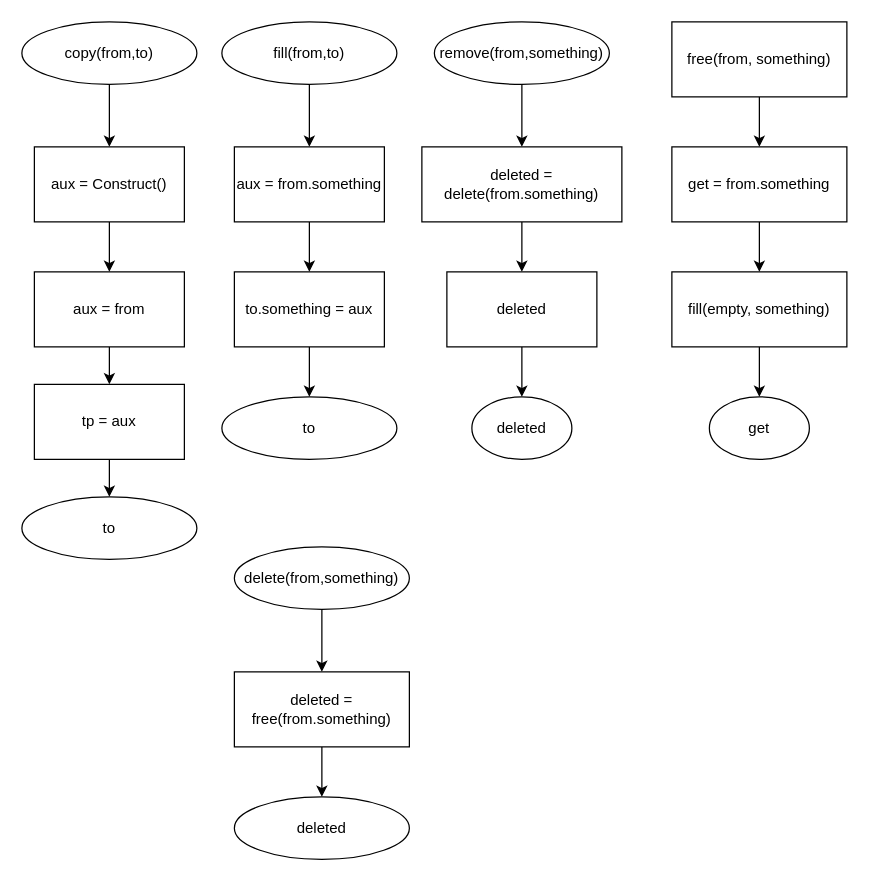
This is page "Page-1" (2 of 2) of Untitled.drawio from Cristof17/PALibrary-, a draw.io file, before an edit. Source tidied: cells renumbered, new cells numbered last; positions are measured from the earlier drawing's top-left corner, leaving out a move shared by most shapes. Both pictures are drawn from the tidied source at 125%, with x=0, y=0 at pixel (21, 21).
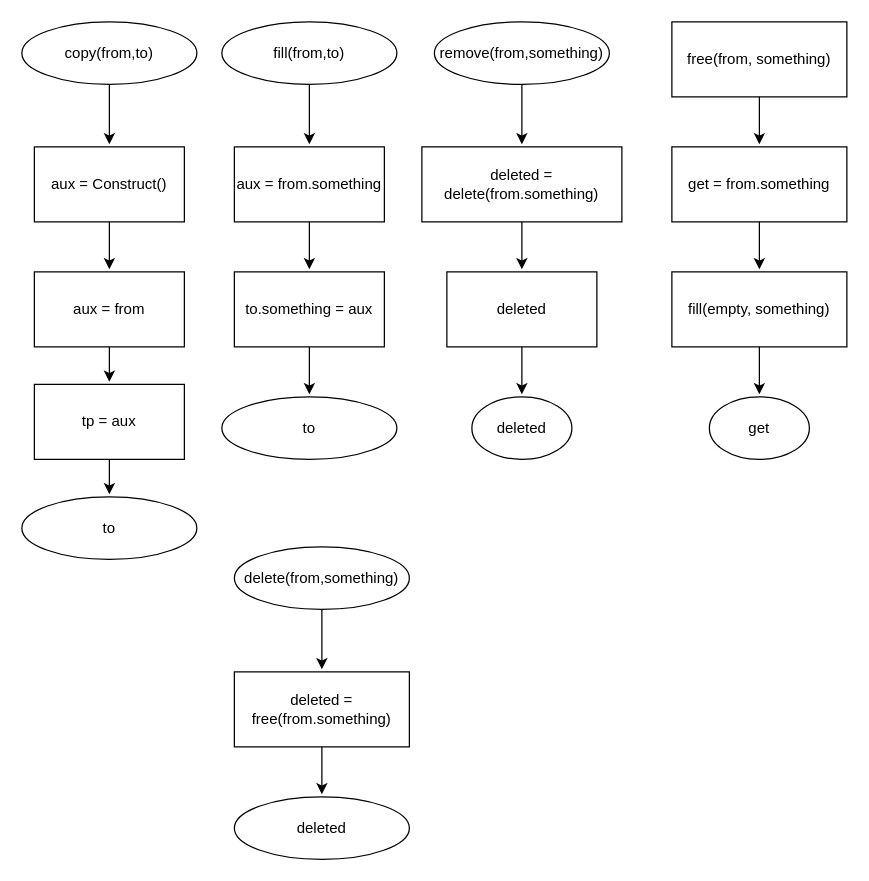
Above is the later version.

The change refers to these unchanged cells:
```xml
<mxCell id="4" value="aux = Construct()" style="whiteSpace=wrap;html=1;" parent="1" vertex="1">
  <mxGeometry x="10" y="100" width="120" height="60" as="geometry" />
</mxCell>
<mxCell id="6" value="aux = from" style="whiteSpace=wrap;html=1;" parent="1" vertex="1">
  <mxGeometry x="10" y="200" width="120" height="60" as="geometry" />
</mxCell>
<mxCell id="8" value="tp = aux" style="whiteSpace=wrap;html=1;" parent="1" vertex="1">
  <mxGeometry x="10" y="290" width="120" height="60" as="geometry" />
</mxCell>
<mxCell id="11" value="aux = from.something" style="whiteSpace=wrap;html=1;" parent="1" vertex="1">
  <mxGeometry x="170" y="100" width="120" height="60" as="geometry" />
</mxCell>
<mxCell id="13" value="to.something = aux" style="whiteSpace=wrap;html=1;" parent="1" vertex="1">
  <mxGeometry x="170" y="200" width="120" height="60" as="geometry" />
</mxCell>
<mxCell id="16" value="deleted = delete(from.something)" style="whiteSpace=wrap;html=1;" parent="1" vertex="1">
  <mxGeometry x="320" y="100" width="160" height="60" as="geometry" />
</mxCell>
<mxCell id="18" value="deleted" style="whiteSpace=wrap;html=1;" parent="1" vertex="1">
  <mxGeometry x="340" y="200" width="120" height="60" as="geometry" />
</mxCell>
<mxCell id="20" value="free(from, something)" style="whiteSpace=wrap;html=1;" parent="1" vertex="1">
  <mxGeometry x="520" width="140" height="60" as="geometry" />
</mxCell>
<mxCell id="22" value="get = from.something" style="whiteSpace=wrap;html=1;" parent="1" vertex="1">
  <mxGeometry x="520" y="100" width="140" height="60" as="geometry" />
</mxCell>
<mxCell id="24" value="fill(empty, something)" style="whiteSpace=wrap;html=1;" parent="1" vertex="1">
  <mxGeometry x="520" y="200" width="140" height="60" as="geometry" />
</mxCell>
<mxCell id="27" value="deleted = free(from.something)" style="whiteSpace=wrap;html=1;" parent="1" vertex="1">
  <mxGeometry x="170" y="520" width="140" height="60" as="geometry" />
</mxCell>
<mxCell id="28" value="deleted" style="ellipse;whiteSpace=wrap;html=1;" parent="1" vertex="1">
  <mxGeometry x="360" y="300" width="80" height="50" as="geometry" />
</mxCell>
<mxCell id="29" value="remove(from,something)" style="ellipse;whiteSpace=wrap;html=1;" parent="1" vertex="1">
  <mxGeometry x="330" width="140" height="50" as="geometry" />
</mxCell>
<mxCell id="30" value="fill(from,to)" style="ellipse;whiteSpace=wrap;html=1;" parent="1" vertex="1">
  <mxGeometry x="160" width="140" height="50" as="geometry" />
</mxCell>
<mxCell id="31" value="copy(from,to)" style="ellipse;whiteSpace=wrap;html=1;" parent="1" vertex="1">
  <mxGeometry width="140" height="50" as="geometry" />
</mxCell>
<mxCell id="32" value="to" style="ellipse;whiteSpace=wrap;html=1;" parent="1" vertex="1">
  <mxGeometry y="380" width="140" height="50" as="geometry" />
</mxCell>
<mxCell id="33" value="to" style="ellipse;whiteSpace=wrap;html=1;" parent="1" vertex="1">
  <mxGeometry x="160" y="300" width="140" height="50" as="geometry" />
</mxCell>
<mxCell id="34" value="deleted" style="ellipse;whiteSpace=wrap;html=1;" parent="1" vertex="1">
  <mxGeometry x="170" y="620" width="140" height="50" as="geometry" />
</mxCell>
<mxCell id="35" value="delete(from,something)" style="ellipse;whiteSpace=wrap;html=1;" parent="1" vertex="1">
  <mxGeometry x="170" y="420" width="140" height="50" as="geometry" />
</mxCell>
<mxCell id="36" value="get" style="ellipse;whiteSpace=wrap;html=1;" parent="1" vertex="1">
  <mxGeometry x="550" y="300" width="80" height="50" as="geometry" />
</mxCell>
```

Change to the diagram source:
```diff
@@
-    <mxCell id="2" style="edgeStyle=none;html=1;exitX=0.5;exitY=1;exitDx=0;exitDy=0;" parent="1" edge="1" source="31" target="4">
-      <mxGeometry relative="1" as="geometry" />
+    <mxCell id="2" style="edgeStyle=none;html=1;exitX=0.5;exitY=1;exitDx=0;exitDy=0;" parent="1" edge="1">
+      <mxGeometry relative="1" as="geometry">
+        <mxPoint x="70" y="48" as="sourcePoint" />
+        <mxPoint x="70" y="98" as="targetPoint" />
+      </mxGeometry>
     </mxCell>
-    <mxCell id="3" style="edgeStyle=none;html=1;" parent="1" edge="1" source="4" target="6">
-      <mxGeometry relative="1" as="geometry" />
+    <mxCell id="3" style="edgeStyle=none;html=1;" parent="1" edge="1">
+      <mxGeometry relative="1" as="geometry">
+        <mxPoint x="70" y="158" as="sourcePoint" />
+        <mxPoint x="70" y="198" as="targetPoint" />
+      </mxGeometry>
     </mxCell>
@@
-    <mxCell id="5" style="edgeStyle=none;html=1;" parent="1" edge="1" source="6" target="8">
-      <mxGeometry relative="1" as="geometry" />
+    <mxCell id="5" style="edgeStyle=none;html=1;" parent="1" edge="1">
+      <mxGeometry relative="1" as="geometry">
+        <mxPoint x="70" y="258" as="sourcePoint" />
+        <mxPoint x="70" y="288" as="targetPoint" />
+      </mxGeometry>
     </mxCell>
@@
-    <mxCell id="7" style="edgeStyle=none;html=1;" parent="1" edge="1" source="8" target="32">
-      <mxGeometry relative="1" as="geometry" />
+    <mxCell id="7" style="edgeStyle=none;html=1;" parent="1" edge="1">
+      <mxGeometry relative="1" as="geometry">
+        <mxPoint x="70" y="348" as="sourcePoint" />
+        <mxPoint x="70" y="378" as="targetPoint" />
+      </mxGeometry>
     </mxCell>
@@
-    <mxCell id="9" style="edgeStyle=none;html=1;exitX=0.5;exitY=1;exitDx=0;exitDy=0;" parent="1" edge="1" source="30" target="11">
-      <mxGeometry relative="1" as="geometry" />
+    <mxCell id="9" style="edgeStyle=none;html=1;exitX=0.5;exitY=1;exitDx=0;exitDy=0;" parent="1" edge="1">
+      <mxGeometry relative="1" as="geometry">
+        <mxPoint x="230" y="48" as="sourcePoint" />
+        <mxPoint x="230" y="98" as="targetPoint" />
+      </mxGeometry>
     </mxCell>
-    <mxCell id="10" style="edgeStyle=none;html=1;" parent="1" edge="1" source="11" target="13">
-      <mxGeometry relative="1" as="geometry" />
+    <mxCell id="10" style="edgeStyle=none;html=1;" parent="1" edge="1">
+      <mxGeometry relative="1" as="geometry">
+        <mxPoint x="230" y="158" as="sourcePoint" />
+        <mxPoint x="230" y="198" as="targetPoint" />
+      </mxGeometry>
     </mxCell>
@@
-    <mxCell id="12" style="edgeStyle=none;html=1;entryX=0.5;entryY=0;entryDx=0;entryDy=0;" parent="1" edge="1" source="13" target="33">
-      <mxGeometry relative="1" as="geometry" />
+    <mxCell id="12" style="edgeStyle=none;html=1;entryX=0.5;entryY=0;entryDx=0;entryDy=0;" parent="1" edge="1">
+      <mxGeometry relative="1" as="geometry">
+        <mxPoint x="230" y="258" as="sourcePoint" />
+        <mxPoint x="230" y="298" as="targetPoint" />
+      </mxGeometry>
     </mxCell>
@@
-    <mxCell id="14" style="edgeStyle=none;html=1;exitX=0.5;exitY=1;exitDx=0;exitDy=0;" parent="1" edge="1" source="29" target="16">
-      <mxGeometry relative="1" as="geometry" />
+    <mxCell id="14" style="edgeStyle=none;html=1;exitX=0.5;exitY=1;exitDx=0;exitDy=0;" parent="1" edge="1">
+      <mxGeometry relative="1" as="geometry">
+        <mxPoint x="400" y="48" as="sourcePoint" />
+        <mxPoint x="400" y="98" as="targetPoint" />
+      </mxGeometry>
     </mxCell>
-    <mxCell id="15" style="edgeStyle=none;html=1;" parent="1" edge="1" source="16" target="18">
-      <mxGeometry relative="1" as="geometry" />
+    <mxCell id="15" style="edgeStyle=none;html=1;" parent="1" edge="1">
+      <mxGeometry relative="1" as="geometry">
+        <mxPoint x="400" y="158" as="sourcePoint" />
+        <mxPoint x="400" y="198" as="targetPoint" />
+      </mxGeometry>
     </mxCell>
@@
-    <mxCell id="17" style="edgeStyle=none;html=1;" parent="1" edge="1" source="18" target="28">
-      <mxGeometry relative="1" as="geometry" />
+    <mxCell id="17" style="edgeStyle=none;html=1;" parent="1" edge="1">
+      <mxGeometry relative="1" as="geometry">
+        <mxPoint x="400" y="258" as="sourcePoint" />
+        <mxPoint x="400" y="298" as="targetPoint" />
+      </mxGeometry>
     </mxCell>
@@
-    <mxCell id="19" style="edgeStyle=none;html=1;" parent="1" edge="1" source="20" target="22">
-      <mxGeometry relative="1" as="geometry" />
+    <mxCell id="19" style="edgeStyle=none;html=1;" parent="1" edge="1">
+      <mxGeometry relative="1" as="geometry">
+        <mxPoint x="590" y="58" as="sourcePoint" />
+        <mxPoint x="590" y="98" as="targetPoint" />
+      </mxGeometry>
     </mxCell>
@@
-    <mxCell id="21" style="edgeStyle=none;html=1;" parent="1" edge="1" source="22" target="24">
-      <mxGeometry relative="1" as="geometry" />
+    <mxCell id="21" style="edgeStyle=none;html=1;" parent="1" edge="1">
+      <mxGeometry relative="1" as="geometry">
+        <mxPoint x="590" y="158" as="sourcePoint" />
+        <mxPoint x="590" y="198" as="targetPoint" />
+      </mxGeometry>
     </mxCell>
@@
-    <mxCell id="23" style="edgeStyle=none;html=1;" parent="1" edge="1" source="24" target="36">
-      <mxGeometry relative="1" as="geometry" />
+    <mxCell id="23" style="edgeStyle=none;html=1;" parent="1" edge="1">
+      <mxGeometry relative="1" as="geometry">
+        <mxPoint x="590" y="258" as="sourcePoint" />
+        <mxPoint x="590" y="298" as="targetPoint" />
+      </mxGeometry>
     </mxCell>
@@
-    <mxCell id="25" style="edgeStyle=none;html=1;exitX=0.5;exitY=1;exitDx=0;exitDy=0;" parent="1" edge="1" source="35" target="27">
-      <mxGeometry relative="1" as="geometry" />
+    <mxCell id="25" style="edgeStyle=none;html=1;exitX=0.5;exitY=1;exitDx=0;exitDy=0;" parent="1" edge="1">
+      <mxGeometry relative="1" as="geometry">
+        <mxPoint x="240" y="468" as="sourcePoint" />
+        <mxPoint x="240" y="518" as="targetPoint" />
+      </mxGeometry>
     </mxCell>
-    <mxCell id="26" style="edgeStyle=none;html=1;" parent="1" edge="1" source="27" target="34">
-      <mxGeometry relative="1" as="geometry" />
+    <mxCell id="26" style="edgeStyle=none;html=1;" parent="1" edge="1">
+      <mxGeometry relative="1" as="geometry">
+        <mxPoint x="240" y="578" as="sourcePoint" />
+        <mxPoint x="240" y="618" as="targetPoint" />
+      </mxGeometry>
     </mxCell>
```
